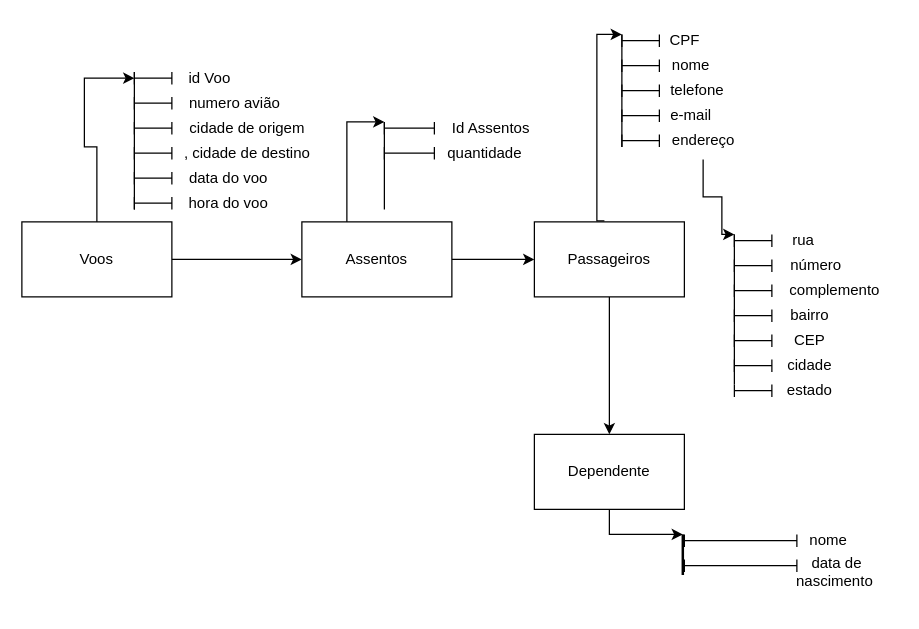
This is Diagrama sem nome.drawio from Taisalvess/Banco-De-Dados-Uninter, a draw.io file, before an edit. Source tidied: cells renumbered, new cells numbered last; positions are measured from the earlier drawing's top-left corner, leaving out a move shared by most shapes. Both pictures are drawn from the tidied source at 125%, with x=0, y=0 at pixel (21, 21).
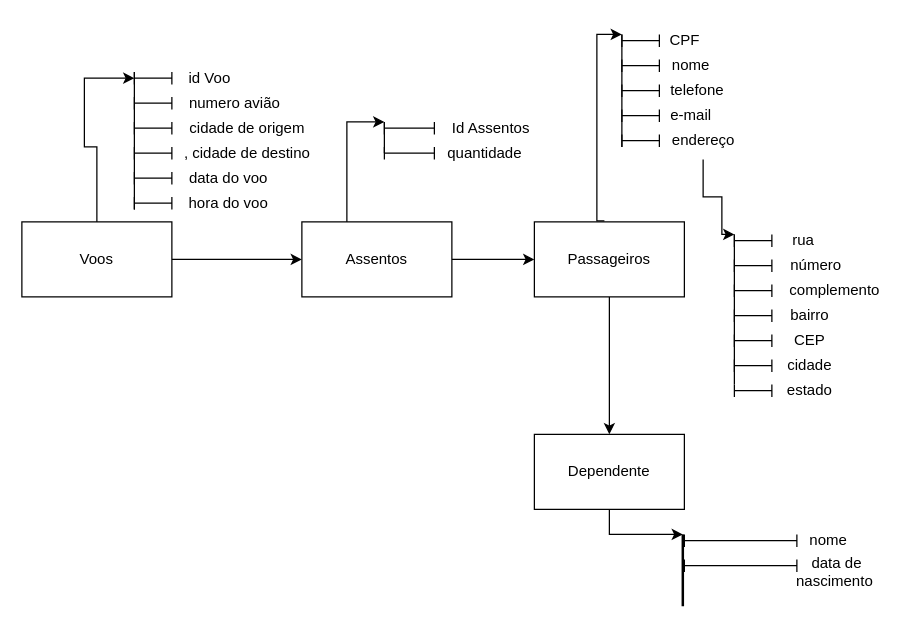
The same page after the edit.

Unchanged cells that the change refers to:
```xml
<mxCell id="29" style="shape=crossbar;whiteSpace=wrap;html=1;rounded=1;" parent="1" vertex="1">
  <mxGeometry x="290" y="100" width="40" height="10" as="geometry" />
</mxCell>
```

Change to the diagram source:
```diff
@@
-<mxGraphModel>
+<mxGraphModel background="#ffffff">
@@
-    <mxCell id="26" style="endArrow=none;html=1;rounded=0;" parent="1" edge="1">
+    <mxCell id="26" style="endArrow=none;html=1;rounded=0;exitX=0;exitY=0.5;exitDx=0;exitDy=0;exitPerimeter=0;" parent="1" edge="1" source="29">
       <mxGeometry relative="1" as="geometry">
-        <mxPoint x="290" y="150" as="sourcePoint" />
         <mxPoint x="290" y="80" as="targetPoint" />
       </mxGeometry>
     </mxCell>
@@
     <mxCell id="58" style="line;strokeWidth=2;html=1;rotation=90;" parent="1" vertex="1">
-      <mxGeometry x="512.5" y="422.5" width="32.5" height="7.5" as="geometry" />
+      <mxGeometry x="500" y="435" width="57.5" height="7.5" as="geometry" />
     </mxCell>
```
